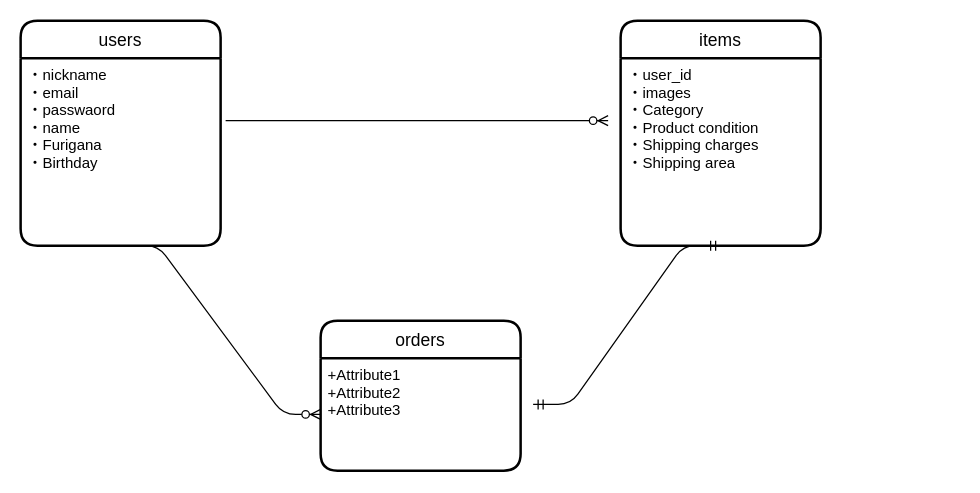
aya10969/furima-35780 keeps this draw.io diagram as app/views/DB.dio. Above is the earlier version. Source tidied: cells renumbered, new cells numbered last; positions are measured from the earlier drawing's top-left corner, leaving out a move shared by most shapes. Both pictures are drawn from the tidied source at 125%, with x=0, y=0 at pixel (20, 20).
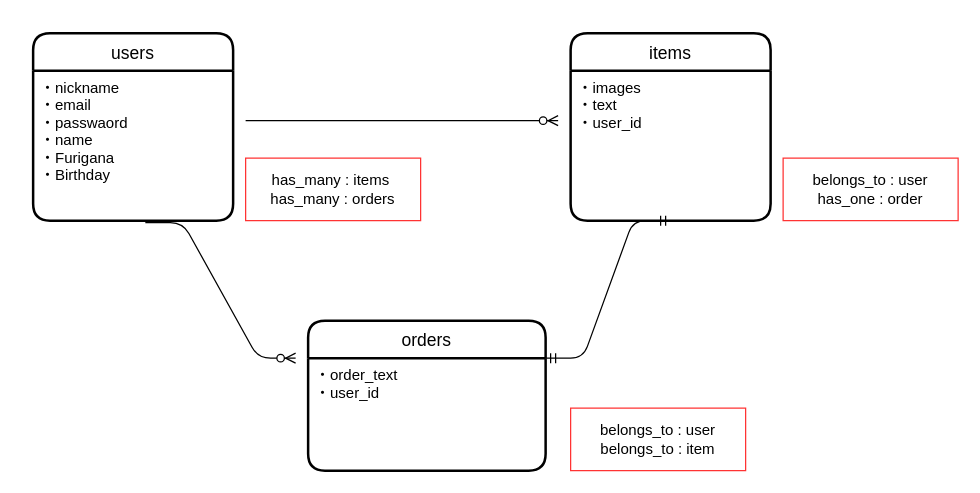
Above is the later version.

The edit, as a diff of the source:
```diff
@@
 <mxGraphModel>
   <root>
     <mxCell id="0" />
     <mxCell id="1" parent="0" />
     <mxCell id="2" style="edgeStyle=entityRelationEdgeStyle;fontSize=12;html=1;endArrow=ERzeroToMany;endFill=1;" parent="1" edge="1">
       <mxGeometry relative="1" as="geometry">
-        <mxPoint x="164" y="80" as="sourcePoint" />
-        <mxPoint x="470" y="80" as="targetPoint" />
+        <mxPoint x="180" y="80" as="sourcePoint" />
+        <mxPoint x="430" y="80" as="targetPoint" />
       </mxGeometry>
     </mxCell>
-    <mxCell id="3" style="edgeStyle=entityRelationEdgeStyle;fontSize=12;html=1;endArrow=ERzeroToMany;endFill=1;exitX=0.5;exitY=1;exitDx=0;exitDy=0;entryX=0;entryY=0.5;entryDx=0;entryDy=0;" parent="1" edge="1" source="6" target="8">
-      <mxGeometry relative="1" as="geometry" />
+    <mxCell id="3" style="edgeStyle=entityRelationEdgeStyle;fontSize=12;html=1;endArrow=ERzeroToMany;endFill=1;exitX=0.561;exitY=1.013;exitDx=0;exitDy=0;exitPerimeter=0;" parent="1" edge="1" source="6">
+      <mxGeometry relative="1" as="geometry">
+        <mxPoint x="220" y="270" as="targetPoint" />
+      </mxGeometry>
     </mxCell>
-    <mxCell id="4" style="edgeStyle=entityRelationEdgeStyle;fontSize=12;html=1;endArrow=ERmandOne;startArrow=ERmandOne;entryX=0.5;entryY=1;entryDx=0;entryDy=0;" parent="1" edge="1" target="10">
-      <mxGeometry relative="1" as="geometry">
-        <mxPoint x="410" y="307" as="sourcePoint" />
-      </mxGeometry>
+    <mxCell id="4" style="edgeStyle=entityRelationEdgeStyle;fontSize=12;html=1;endArrow=ERmandOne;startArrow=ERmandOne;entryX=0.5;entryY=1;entryDx=0;entryDy=0;exitX=1;exitY=0;exitDx=0;exitDy=0;" parent="1" edge="1" source="8" target="10">
+      <mxGeometry relative="1" as="geometry" />
     </mxCell>
     <mxCell id="5" value="users" style="swimlane;horizontal=1;startSize=30;rounded=1;fontSize=14;fontStyle=0;strokeWidth=2;shadow=0;dashed=0;align=center;" parent="1" vertex="1">
-      <mxGeometry width="160" height="180" as="geometry" />
+      <mxGeometry x="10" y="10" width="160" height="150" as="geometry" />
     </mxCell>
     <mxCell id="6" value="・nickname&#10;・email&#10;・passwaord&#10;・name&#10;・Furigana&#10;・Birthday&#10;&#10;&#10;" style="align=left;strokeColor=none;fillColor=none;spacingLeft=4;fontSize=12;verticalAlign=top;" parent="5" vertex="1">
-      <mxGeometry y="30" width="160" height="150" as="geometry" />
+      <mxGeometry y="30" width="160" height="120" as="geometry" />
     </mxCell>
+    <mxCell id="11" style="edgeStyle=none;rounded=0;orthogonalLoop=1;jettySize=auto;html=1;exitX=0.5;exitY=1;exitDx=0;exitDy=0;" parent="5" edge="1" source="6" target="6">
+      <mxGeometry relative="1" as="geometry">
+        <Array as="points">
+          <mxPoint x="80" y="150" />
+        </Array>
+      </mxGeometry>
+    </mxCell>
     <mxCell id="7" value="orders" style="swimlane;horizontal=1;startSize=30;rounded=1;fontSize=14;fontStyle=0;strokeWidth=2;shadow=0;dashed=0;align=center;" parent="1" vertex="1">
-      <mxGeometry x="240" y="240" width="160" height="120" as="geometry" />
+      <mxGeometry x="230" y="240" width="190" height="120" as="geometry" />
     </mxCell>
-    <mxCell id="8" value="+Attribute1&#10;+Attribute2&#10;+Attribute3" style="align=left;strokeColor=none;fillColor=none;spacingLeft=4;fontSize=12;verticalAlign=top;" parent="7" vertex="1">
-      <mxGeometry y="30" width="160" height="90" as="geometry" />
+    <mxCell id="8" value="・order_text&#10;・user_id&#10;&#10;" style="align=left;strokeColor=none;fillColor=none;spacingLeft=4;fontSize=12;verticalAlign=top;" parent="7" vertex="1">
+      <mxGeometry y="30" width="190" height="90" as="geometry" />
     </mxCell>
     <mxCell id="9" value="items" style="swimlane;horizontal=1;startSize=30;rounded=1;fontSize=14;fontStyle=0;strokeWidth=2;shadow=0;dashed=0;align=center;" parent="1" vertex="1">
-      <mxGeometry x="480" width="160" height="180" as="geometry" />
+      <mxGeometry x="440" y="10" width="160" height="150" as="geometry" />
     </mxCell>
-    <mxCell id="10" value="・user_id&#10;・images&#10;・Category&#10;・Product condition&#10;・Shipping charges&#10;・Shipping area&#10;&#10;&#10;" style="align=left;strokeColor=none;fillColor=none;spacingLeft=4;fontSize=12;verticalAlign=top;" parent="9" vertex="1">
-      <mxGeometry y="30" width="160" height="150" as="geometry" />
+    <mxCell id="10" value="・images&#10;・text&#10;・user_id&#10;&#10;" style="align=left;strokeColor=none;fillColor=none;spacingLeft=4;fontSize=12;verticalAlign=top;" parent="9" vertex="1">
+      <mxGeometry y="30" width="160" height="120" as="geometry" />
     </mxCell>
+    <mxCell id="12" value="has_many : items&amp;nbsp;&lt;br&gt;has_many : orders" style="whiteSpace=wrap;html=1;align=center;labelBorderColor=none;strokeColor=#FF3333;" parent="1" vertex="1">
+      <mxGeometry x="180" y="110" width="140" height="50" as="geometry" />
+    </mxCell>
+    <mxCell id="13" value="belongs_to : user&lt;br&gt;has_one : order" style="whiteSpace=wrap;html=1;align=center;labelBorderColor=none;strokeColor=#FF3333;" parent="1" vertex="1">
+      <mxGeometry x="610" y="110" width="140" height="50" as="geometry" />
+    </mxCell>
+    <mxCell id="14" value="belongs_to : user&lt;br&gt;belongs_to : item" style="whiteSpace=wrap;html=1;align=center;labelBorderColor=none;strokeColor=#FF3333;" parent="1" vertex="1">
+      <mxGeometry x="440" y="310" width="140" height="50" as="geometry" />
+    </mxCell>
   </root>
 </mxGraphModel>
```
